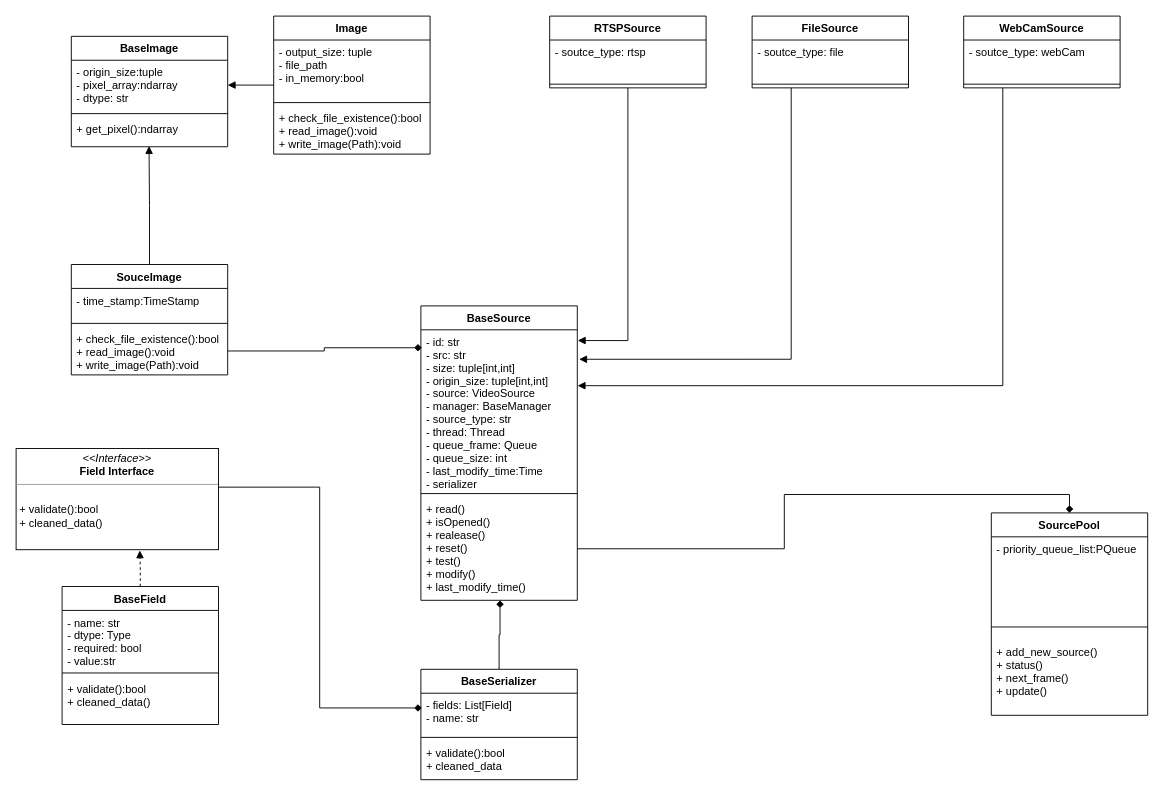
armin-azh/siamese keeps this draw.io diagram as page "Source Class Diagram" (2 of 2) of doc/diagram/face recognition.drawio. Above is the earlier version. Source tidied: cells renumbered, new cells numbered last; positions are measured from the earlier drawing's top-left corner, leaving out a move shared by most shapes. Both pictures are drawn from the tidied source at 92%, with x=0, y=0 at pixel (16, 16).
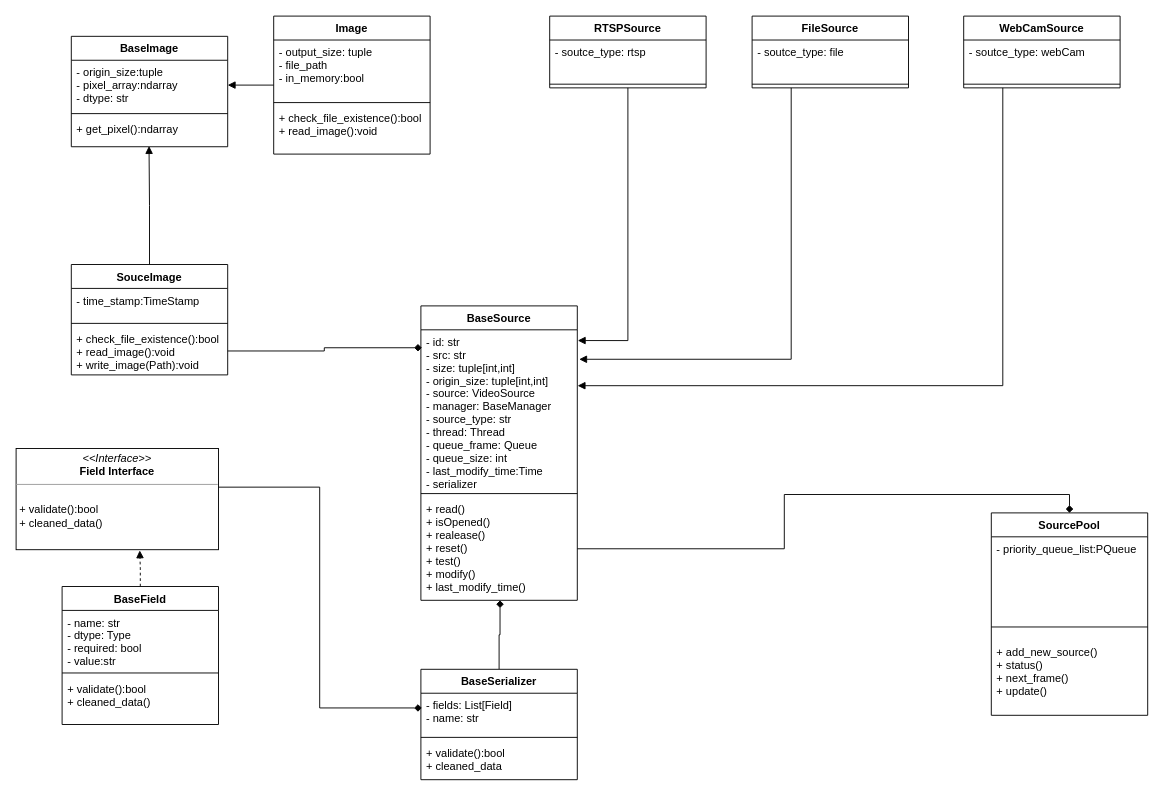
The same page after the edit.

Unchanged cells that the change refers to:
```xml
<mxCell id="11" value="Image" style="swimlane;fontStyle=1;align=center;verticalAlign=top;horizontal=1;startSize=26;" parent="1" vertex="1">
  <mxGeometry x="280" width="170" height="150" as="geometry" />
</mxCell>
```

Diff of the diagram source:
```diff
@@
-    <mxCell id="14" value="+ check_file_existence():bool&#10;+ read_image():void&#10;+ write_image(Path):void" style="text;strokeColor=none;fillColor=none;align=left;verticalAlign=top;spacingLeft=4;spacingRight=4;overflow=hidden;" parent="11" vertex="1">
+    <mxCell id="14" value="+ check_file_existence():bool&#10;+ read_image():void" style="text;strokeColor=none;fillColor=none;align=left;verticalAlign=top;spacingLeft=4;spacingRight=4;overflow=hidden;" parent="11" vertex="1">
       <mxGeometry y="98" width="170" height="52" as="geometry" />
     </mxCell>
```
